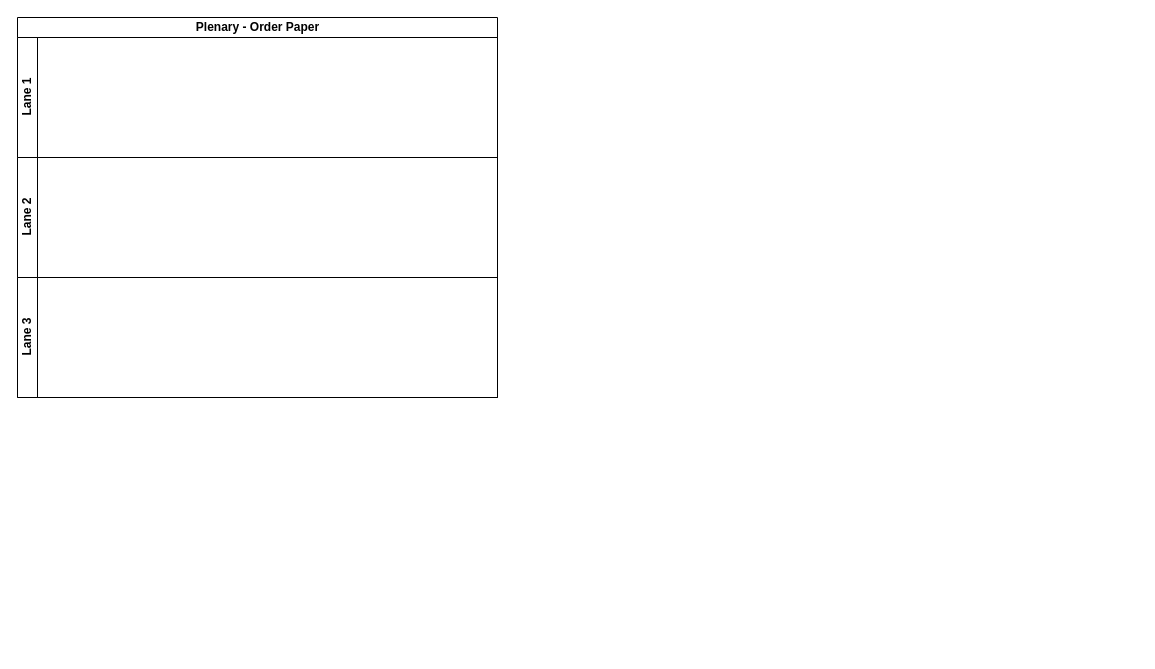
Before: Plenary - Order Paper.drawio in kmagua/flowcharts, a draw.io diagram. Source tidied: cells renumbered, new cells numbered last; positions are measured from the earlier drawing's top-left corner, leaving out a move shared by most shapes. Both pictures are drawn from the tidied source at 100%, with x=0, y=0 at pixel (17, 17).
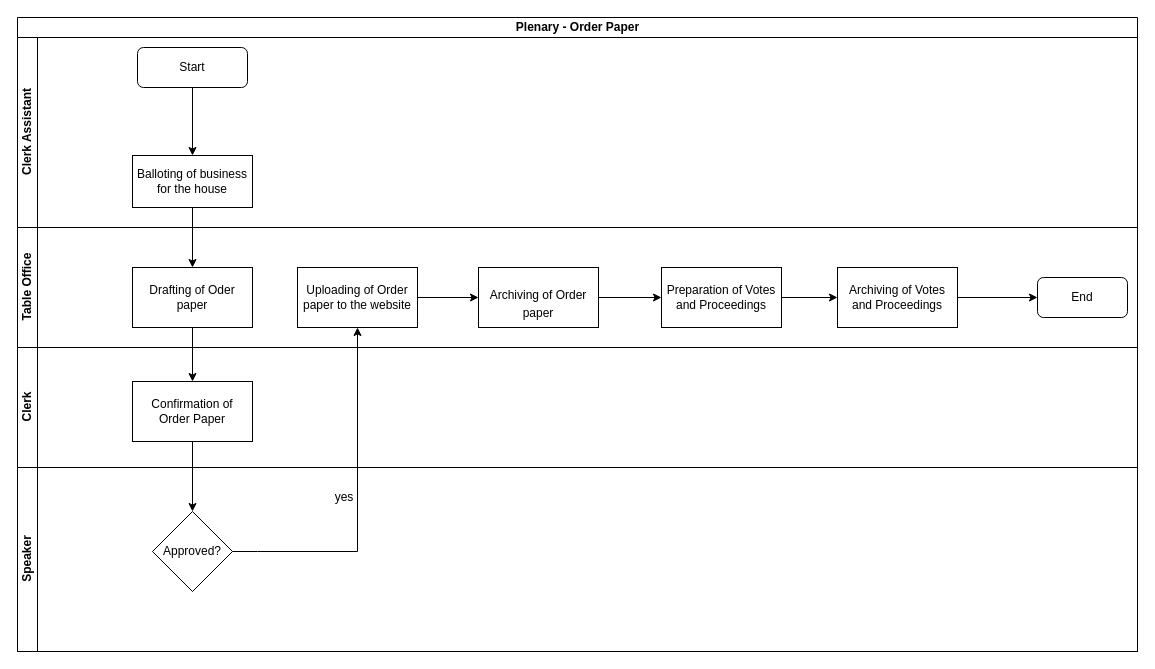
Above is the later version.

Diff of the diagram source:
```diff
@@
     <mxCell id="2" value="Plenary - Order Paper" style="swimlane;html=1;horizontal=1;startSize=20;" parent="1" vertex="1">
-      <mxGeometry width="480" height="380" as="geometry" />
+      <mxGeometry width="1120" height="634" as="geometry" />
     </mxCell>
-    <mxCell id="3" value="Lane 1" style="swimlane;html=1;startSize=20;horizontal=0;" parent="2" vertex="1">
-      <mxGeometry y="20" width="480" height="120" as="geometry" />
+    <mxCell id="3" value="Clerk Assistant" style="swimlane;html=1;startSize=20;horizontal=0;" parent="2" vertex="1">
+      <mxGeometry y="20" width="1120" height="190" as="geometry" />
     </mxCell>
+    <mxCell id="6" value="Start" style="rounded=1;whiteSpace=wrap;html=1;" parent="3" vertex="1">
+      <mxGeometry x="120" y="10" width="110" height="40" as="geometry" />
+    </mxCell>
+    <mxCell id="7" value="Balloting of business for the house" style="rounded=0;whiteSpace=wrap;html=1;" parent="3" vertex="1">
+      <mxGeometry x="115" y="118" width="120" height="52" as="geometry" />
+    </mxCell>
+    <mxCell id="8" style="edgeStyle=orthogonalEdgeStyle;rounded=0;jettySize=auto;html=1;entryX=0.5;entryY=0;entryDx=0;entryDy=0;" parent="3" edge="1" source="6" target="7">
+      <mxGeometry relative="1" as="geometry" />
+    </mxCell>
-    <mxCell id="4" value="Lane 2" style="swimlane;html=1;startSize=20;horizontal=0;" parent="2" vertex="1">
-      <mxGeometry y="140" width="480" height="120" as="geometry" />
+    <mxCell id="4" value="Table Office" style="swimlane;html=1;startSize=20;horizontal=0;" parent="2" vertex="1">
+      <mxGeometry y="210" width="1120" height="120" as="geometry" />
     </mxCell>
+    <mxCell id="9" value="Uploading of Order paper to the website" style="whiteSpace=wrap;html=1;rounded=0;" parent="4" vertex="1">
+      <mxGeometry x="280" y="40" width="120" height="60" as="geometry" />
+    </mxCell>
+    <mxCell id="10" value="Drafting of Oder paper" style="whiteSpace=wrap;html=1;rounded=0;" parent="4" vertex="1">
+      <mxGeometry x="115" y="40" width="120" height="60" as="geometry" />
+    </mxCell>
+    <mxCell id="11" value="End" style="rounded=1;whiteSpace=wrap;html=1;" parent="4" vertex="1">
+      <mxGeometry x="1020" y="50" width="90" height="40" as="geometry" />
+    </mxCell>
-    <mxCell id="5" value="Lane 3" style="swimlane;html=1;startSize=20;horizontal=0;" parent="2" vertex="1">
-      <mxGeometry y="260" width="480" height="120" as="geometry" />
+    <mxCell id="5" value="Clerk" style="swimlane;html=1;startSize=20;horizontal=0;" parent="2" vertex="1">
+      <mxGeometry y="330" width="1120" height="120" as="geometry" />
     </mxCell>
+    <mxCell id="12" value="Confirmation of&lt;br/&gt;Order Paper&lt;br/&gt;" style="whiteSpace=wrap;html=1;rounded=0;" parent="5" vertex="1">
+      <mxGeometry x="115" y="34" width="120" height="60" as="geometry" />
+    </mxCell>
+    <mxCell id="13" value="Speaker" style="swimlane;html=1;startSize=20;horizontal=0;" parent="2" vertex="1">
+      <mxGeometry y="450" width="1120" height="184" as="geometry" />
+    </mxCell>
+    <mxCell id="14" value="yes" style="text;html=1;strokeColor=none;fillColor=none;align=center;verticalAlign=middle;whiteSpace=wrap;rounded=0;" parent="13" vertex="1">
+      <mxGeometry x="307" y="20" width="40" height="20" as="geometry" />
+    </mxCell>
+    <mxCell id="15" value="Approved?" style="rhombus;whiteSpace=wrap;html=1;rounded=0;" parent="13" vertex="1">
+      <mxGeometry x="135" y="44" width="80" height="80" as="geometry" />
+    </mxCell>
+    <mxCell id="16" style="edgeStyle=orthogonalEdgeStyle;rounded=0;jettySize=auto;html=1;" parent="2" edge="1" source="7" target="10">
+      <mxGeometry relative="1" as="geometry" />
+    </mxCell>
+    <mxCell id="17" style="edgeStyle=orthogonalEdgeStyle;rounded=0;jettySize=auto;html=1;" parent="2" edge="1" source="10" target="12">
+      <mxGeometry relative="1" as="geometry" />
+    </mxCell>
+    <mxCell id="18" style="edgeStyle=orthogonalEdgeStyle;rounded=0;jettySize=auto;html=1;" parent="2" edge="1" source="12" target="15">
+      <mxGeometry relative="1" as="geometry" />
+    </mxCell>
+    <mxCell id="19" style="edgeStyle=orthogonalEdgeStyle;rounded=0;jettySize=auto;html=1;" parent="2" edge="1" source="15" target="9">
+      <mxGeometry relative="1" as="geometry">
+        <Array as="points">
+          <mxPoint x="240" y="534" />
+          <mxPoint x="240" y="534" />
+        </Array>
+      </mxGeometry>
+    </mxCell>
+    <mxCell id="20" style="edgeStyle=orthogonalEdgeStyle;rounded=0;jettySize=auto;html=1;" parent="1" edge="1" source="21" target="24">
+      <mxGeometry relative="1" as="geometry" />
+    </mxCell>
+    <mxCell id="21" value="&lt;br/&gt;&lt;p style=&quot;margin-bottom: 0in ; line-height: 150%&quot;&gt;Archiving of Order&lt;br/&gt;paper&lt;/p&gt;&lt;br/&gt;" style="whiteSpace=wrap;html=1;rounded=0;" parent="1" vertex="1">
+      <mxGeometry x="461" y="250" width="120" height="60" as="geometry" />
+    </mxCell>
+    <mxCell id="22" style="edgeStyle=orthogonalEdgeStyle;rounded=0;jettySize=auto;html=1;" parent="1" edge="1" source="9" target="21">
+      <mxGeometry relative="1" as="geometry" />
+    </mxCell>
+    <mxCell id="23" style="edgeStyle=orthogonalEdgeStyle;rounded=0;jettySize=auto;html=1;" parent="1" edge="1" source="24" target="26">
+      <mxGeometry relative="1" as="geometry" />
+    </mxCell>
+    <mxCell id="24" value="Preparation of Votes and Proceedings" style="whiteSpace=wrap;html=1;rounded=0;" parent="1" vertex="1">
+      <mxGeometry x="644" y="250" width="120" height="60" as="geometry" />
+    </mxCell>
+    <mxCell id="25" style="edgeStyle=orthogonalEdgeStyle;rounded=0;jettySize=auto;html=1;entryX=0;entryY=0.5;entryDx=0;entryDy=0;" parent="1" edge="1" source="26" target="11">
+      <mxGeometry relative="1" as="geometry" />
+    </mxCell>
+    <mxCell id="26" value="Archiving of Votes and Proceedings" style="whiteSpace=wrap;html=1;rounded=0;" parent="1" vertex="1">
+      <mxGeometry x="820" y="250" width="120" height="60" as="geometry" />
+    </mxCell>
```
